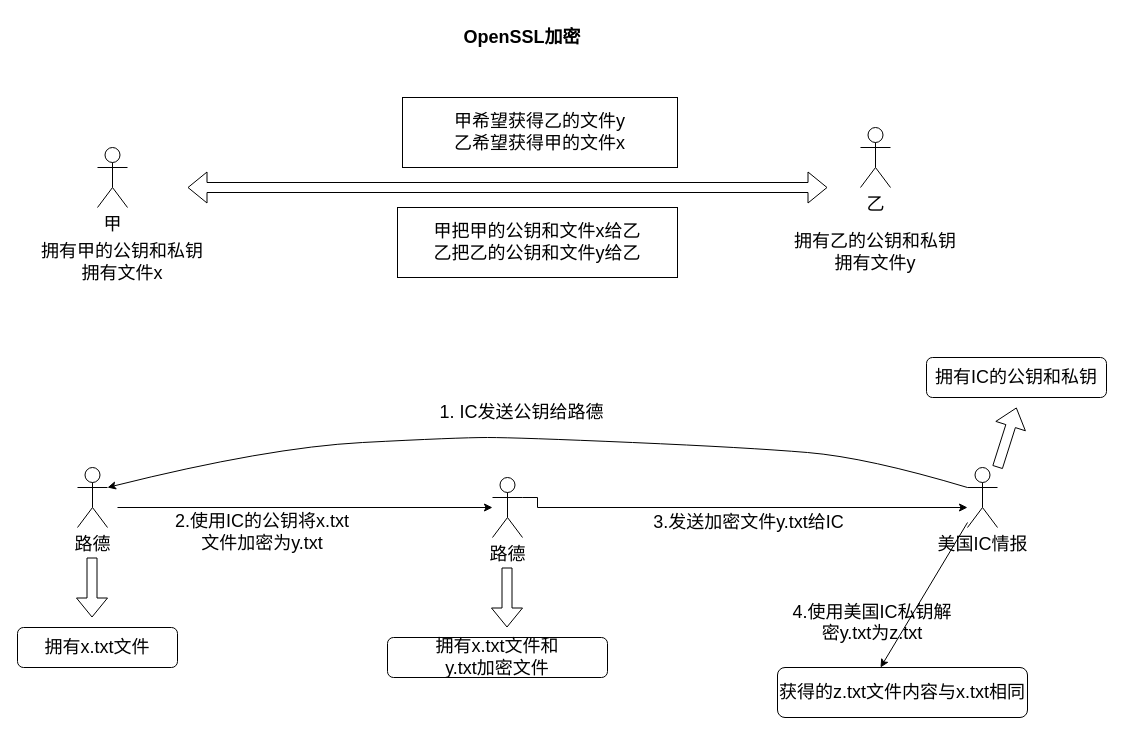
Before: juneyao/key.drawio in sjwayrhz/diagrams, a draw.io diagram. Source tidied: cells renumbered, new cells numbered last; positions are measured from the earlier drawing's top-left corner, leaving out a move shared by most shapes. Both pictures are drawn from the tidied source at 100%, with x=0, y=0 at pixel (17, 17).
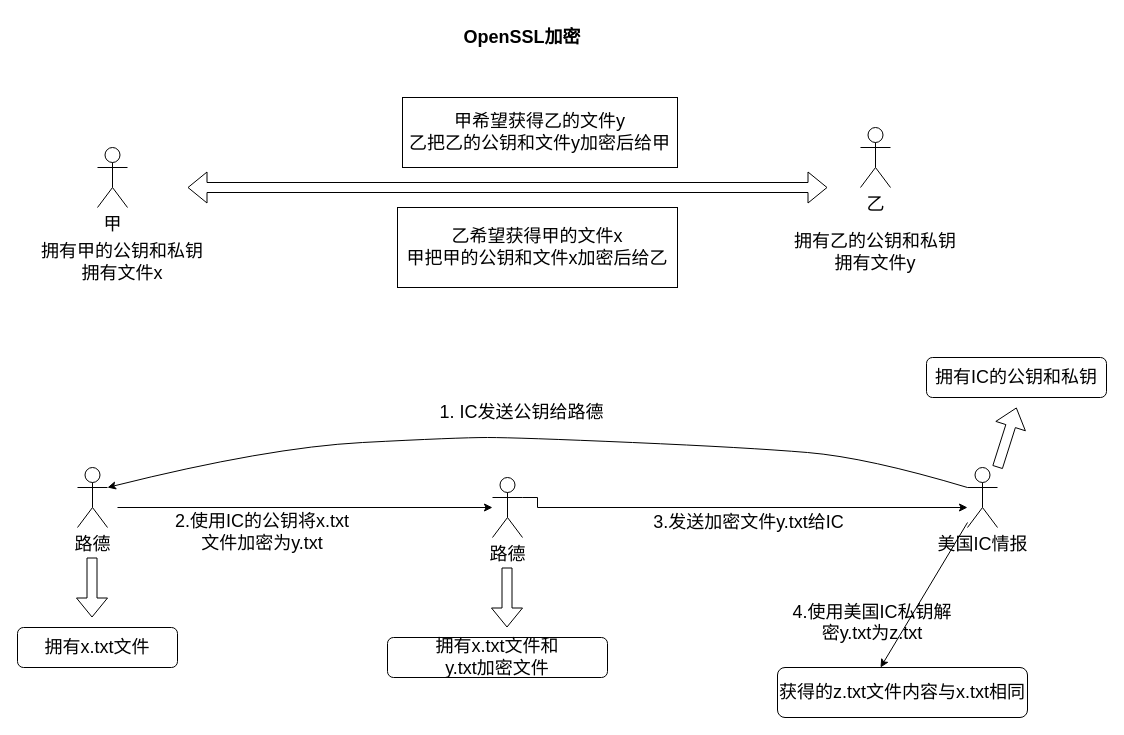
The same page after the edit.

What changed in the source:
```diff
@@
-    <mxCell id="29" value="&lt;div&gt;甲希望获得乙的文件y&lt;/div&gt;&lt;div&gt;&lt;div&gt;乙希望获得甲的文件x&lt;/div&gt;&lt;/div&gt;" style="rounded=0;whiteSpace=wrap;html=1;fontSize=18;" parent="1" vertex="1">
+    <mxCell id="29" value="&lt;div&gt;甲希望获得乙的文件y&lt;/div&gt;&lt;div&gt;乙把乙的公钥和文件y加密后给甲&lt;/div&gt;" style="rounded=0;whiteSpace=wrap;html=1;fontSize=18;" parent="1" vertex="1">
       <mxGeometry x="385" y="80" width="275" height="70" as="geometry" />
     </mxCell>
-    <mxCell id="30" value="&lt;div&gt;甲把甲的公钥和文件x给乙&lt;/div&gt;&lt;div&gt;乙把乙的公钥和文件y给乙&lt;/div&gt;" style="rounded=0;whiteSpace=wrap;html=1;fontSize=18;" parent="1" vertex="1">
-      <mxGeometry x="380" y="190" width="280" height="70" as="geometry" />
+    <mxCell id="30" value="&lt;div&gt;&lt;div&gt;&lt;div&gt;&lt;div&gt;乙希望获得甲的文件x&lt;/div&gt;&lt;/div&gt;&lt;/div&gt;&lt;/div&gt;&lt;div&gt;甲把甲的公钥和文件x加密后给乙&lt;/div&gt;" style="rounded=0;whiteSpace=wrap;html=1;fontSize=18;" parent="1" vertex="1">
+      <mxGeometry x="380" y="190" width="280" height="80" as="geometry" />
     </mxCell>
```
